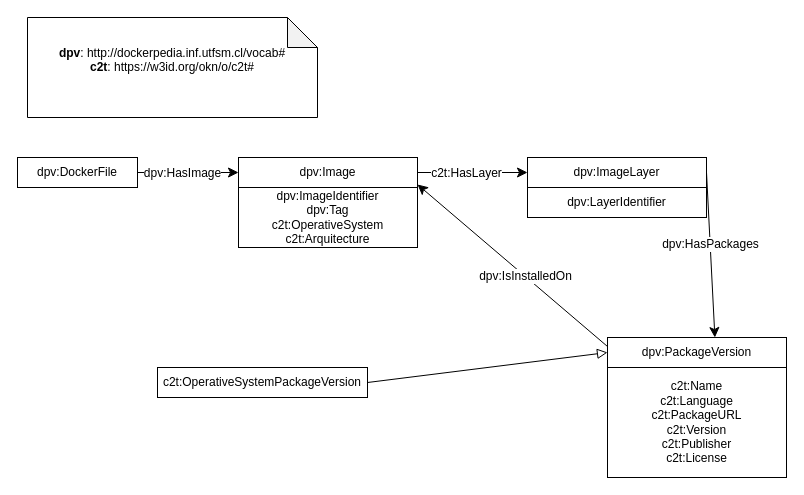
osoc-es/c2t keeps this draw.io diagram as ontology.drawio. Above is the earlier version. Source tidied: cells renumbered, new cells numbered last; positions are measured from the earlier drawing's top-left corner, leaving out a move shared by most shapes. Both pictures are drawn from the tidied source at 100%, with x=0, y=0 at pixel (17, 17).
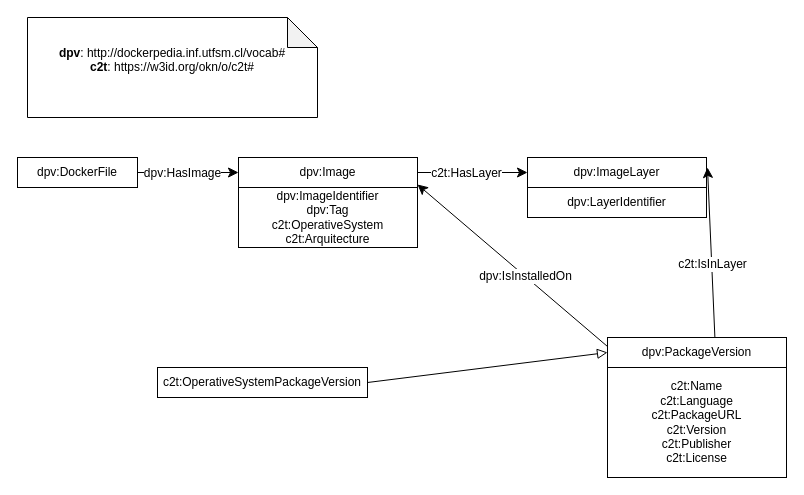
The same diagram, later.

Unchanged cells that the change refers to:
```xml
<mxCell id="8" value="dpv:ImageLayer" style="rounded=0;whiteSpace=wrap;html=1;snapToPoint=1;points=[[0.1,0],[0.2,0],[0.3,0],[0.4,0],[0.5,0],[0.6,0],[0.7,0],[0.8,0],[0.9,0],[0,0.1],[0,0.3],[0,0.5],[0,0.7],[0,0.9],[0.1,1],[0.2,1],[0.3,1],[0.4,1],[0.5,1],[0.6,1],[0.7,1],[0.8,1],[0.9,1],[1,0.1],[1,0.3],[1,0.5],[1,0.7],[1,0.9]];" parent="1" vertex="1">
  <mxGeometry x="510" y="140" width="179" height="30" as="geometry" />
</mxCell>
<mxCell id="10" value="dpv:PackageVersion" style="rounded=0;whiteSpace=wrap;html=1;snapToPoint=1;points=[[0.1,0],[0.2,0],[0.3,0],[0.4,0],[0.5,0],[0.6,0],[0.7,0],[0.8,0],[0.9,0],[0,0.1],[0,0.3],[0,0.5],[0,0.7],[0,0.9],[0.1,1],[0.2,1],[0.3,1],[0.4,1],[0.5,1],[0.6,1],[0.7,1],[0.8,1],[0.9,1],[1,0.1],[1,0.3],[1,0.5],[1,0.7],[1,0.9]];" parent="1" vertex="1">
  <mxGeometry x="590" y="320" width="179" height="30" as="geometry" />
</mxCell>
```

What changed in the source:
```diff
@@
-    <mxCell id="15" style="endArrow=classic;html=1;exitX=1;exitY=0.5;exitDx=0;exitDy=0;entryX=0.6;entryY=0;entryDx=0;entryDy=0;endSize=8;arcSize=0;rounded=0;" parent="1" edge="1" source="8" target="10">
-      <mxGeometry relative="1" as="geometry" />
+    <mxCell id="15" style="endArrow=classic;html=1;exitX=0.6;exitY=0;exitDx=0;exitDy=0;endSize=8;arcSize=0;rounded=0;" parent="1" edge="1" source="10">
+      <mxGeometry relative="1" as="geometry">
+        <mxPoint x="690" y="150" as="targetPoint" />
+      </mxGeometry>
     </mxCell>
-    <mxCell id="16" value="dpv:HasPackages" style="text;html=1;align=center;verticalAlign=middle;labelBackgroundColor=#ffffff;" parent="15" vertex="1">
+    <mxCell id="16" value="c2t:IsInLayer" style="text;html=1;align=center;verticalAlign=middle;labelBackgroundColor=#ffffff;" parent="15" vertex="1">
       <mxGeometry x="-0.13" relative="1" as="geometry" />
     </mxCell>
```
